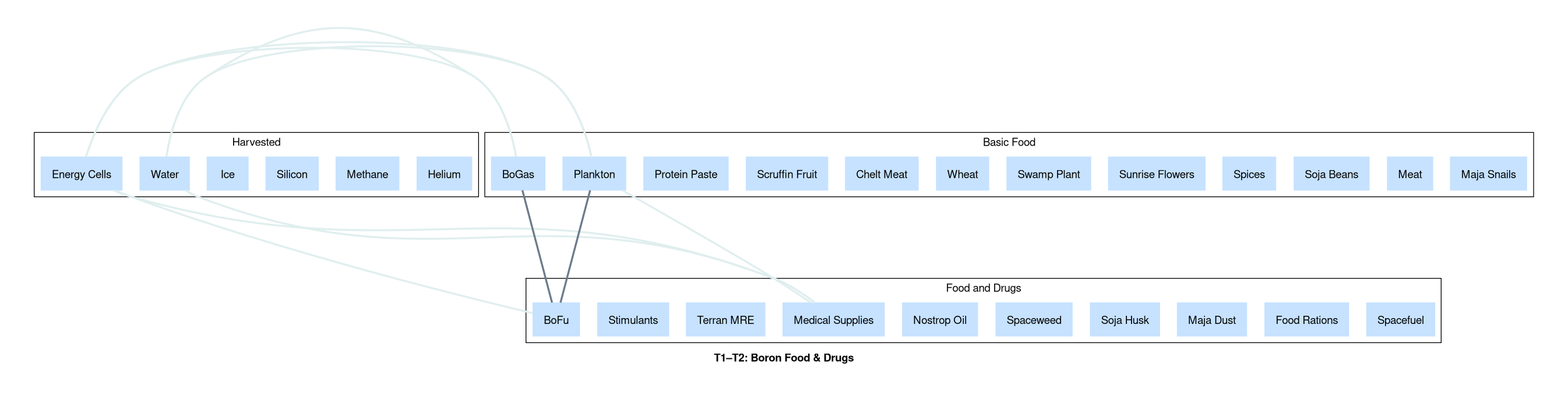
borntyping/x4-diagrams keeps this Graphviz diagram as docs/t1_t2_boron_food_drugs_graph.png. Above is the earlier version. Its source is kept beside it as docs/t1_t2_boron_food_drugs_graph.dot.
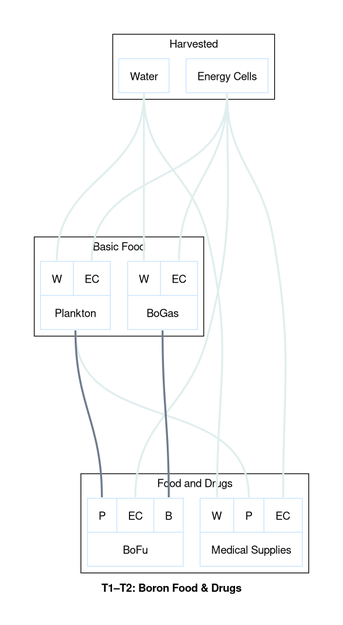
The same file after the commit.

What changed in the source:
```diff
@@ -1,54 +1,33 @@
 graph "X4 Economy" {
+	edge [arrowType=normal]
 	compound=true fontname="Helvetica,Arial,sans-serif"
 	label=<<b>T1–T2: Boron Food &amp; Drugs</b>>
-	graph [nodesep=0.3 pad=0.5 ranksep=2]
-	node [color=slategray1 fontname="Helvetica,Arial,sans-serif" margin=0.2 penwidth=0 shape=record style=filled]
-	edge [fontname="Helvetica,Arial,sans-serif" penwidth=2.5]
+	graph [nodesep=0.3 pad=0.5 ranksep=3]
+	node [color=slategray1 fontname="Helvetica,Arial,sans-serif" margin=0.2 penwidth=1 shape=box]
+	edge [arrowhead=normal arrowtype=normal fontname="Helvetica,Arial,sans-serif" headport=n penwidth=2.5 tailport=s]
 	subgraph 0 {
 		cluster=true label=Harvested
-		Helium [colour=lightsteelblue2 shape=box]
-		Methane [colour=lightsteelblue2 shape=box]
-		Silicon [colour=lightsteelblue2 shape=box]
-		Ice [colour=lightsteelblue2 shape=box]
-		Water [colour=lightsteelblue2 shape=box]
-		"Energy Cells" [colour=lightsteelblue2 shape=box]
+		water [label="{<output> Water}" colour=lightsteelblue2 shape=record]
+		energy_cells [label="{<output> Energy Cells}" colour=lightsteelblue2 shape=record]
 	}
 	subgraph 1 {
 		cluster=true label="Basic Food"
-		"Maja Snails" [colour=lightsteelblue2 shape=box]
-		Meat [colour=lightsteelblue2 shape=box]
-		"Soja Beans" [colour=lightsteelblue2 shape=box]
-		Spices [colour=lightsteelblue2 shape=box]
-		"Sunrise Flowers" [colour=lightsteelblue2 shape=box]
-		"Swamp Plant" [colour=lightsteelblue2 shape=box]
-		Wheat [colour=lightsteelblue2 shape=box]
-		"Chelt Meat" [colour=lightsteelblue2 shape=box]
-		"Scruffin Fruit" [colour=lightsteelblue2 shape=box]
-		"Protein Paste" [colour=lightsteelblue2 shape=box]
-		Plankton [colour=lightsteelblue2 shape=box]
-		BoGas [colour=lightsteelblue2 shape=box]
+		plankton [label="{{<water> W|<energy_cells> EC}|<output> Plankton}" colour=lightsteelblue2 shape=record]
+		bogas [label="{{<water> W|<energy_cells> EC}|<output> BoGas}" colour=lightsteelblue2 shape=record]
 	}
 	subgraph 2 {
 		cluster=true label="Food and Drugs"
-		Spacefuel [colour=lightsteelblue2 shape=box]
-		"Food Rations" [colour=lightsteelblue2 shape=box]
-		"Maja Dust" [colour=lightsteelblue2 shape=box]
-		"Soja Husk" [colour=lightsteelblue2 shape=box]
-		Spaceweed [colour=lightsteelblue2 shape=box]
-		"Nostrop Oil" [colour=lightsteelblue2 shape=box]
-		"Medical Supplies" [colour=lightsteelblue2 shape=box]
-		"Terran MRE" [colour=lightsteelblue2 shape=box]
-		Stimulants [colour=lightsteelblue2 shape=box]
-		BoFu [colour=lightsteelblue2 shape=box]
+		medical_supplies [label="{{<water> W|<plankton> P|<energy_cells> EC}|<output> Medical Supplies}" colour=lightsteelblue2 shape=record]
+		bofu [label="{{<plankton> P|<energy_cells> EC|<bogas> B}|<output> BoFu}" colour=lightsteelblue2 shape=record]
 	}
-	"Energy Cells" -- Plankton [color=azure2 constraint=false]
-	Water -- Plankton [color=azure2 constraint=false]
-	"Energy Cells" -- BoGas [color=azure2 constraint=false]
-	Water -- BoGas [color=azure2 constraint=false]
-	"Energy Cells" -- "Medical Supplies" [color=azure2 constraint=false]
-	Plankton -- "Medical Supplies" [color=azure2 constraint=false]
-	Water -- "Medical Supplies" [color=azure2 constraint=false]
-	BoGas -- BoFu [color=slategray4 constraint=true]
-	"Energy Cells" -- BoFu [color=azure2 constraint=false]
-	Plankton -- BoFu [color=slategray4 constraint=true]
+	energy_cells:output:s -- plankton:energy_cells:n [color=azure2]
+	water:output:s -- plankton:water:n [color=azure2]
+	energy_cells:output:s -- bogas:energy_cells:n [color=azure2]
+	water:output:s -- bogas:water:n [color=azure2]
+	energy_cells:output:s -- medical_supplies:energy_cells:n [color=azure2]
+	plankton:output:s -- medical_supplies:plankton:n [color=azure2]
+	water:output:s -- medical_supplies:water:n [color=azure2]
+	bogas:output:s -- bofu:bogas:n [color=slategray4]
+	energy_cells:output:s -- bofu:energy_cells:n [color=azure2]
+	plankton:output:s -- bofu:plankton:n [color=slategray4]
 }
```
